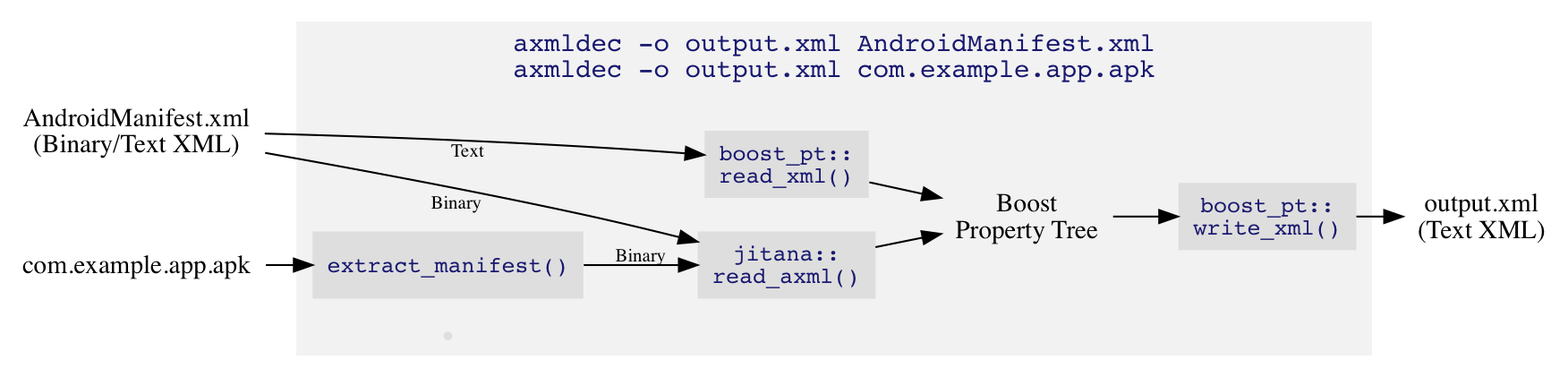
This is doc/overview.png from ytsutano/axmldec, a Graphviz export, as it was before one commit. Its source is kept beside it as doc/overview.dot. Its diagram source:
```dot
digraph {
    rankdir=LR;
    ranksep=0.1

    edge [fontsize=10];

    {
        xml [label="AndroidManifest.xml\n(Binary/Text XML)", shape=none];
        apk [label="com.example.app.apk", shape=none];
        rank=same;
    }
    decoded_xml [label="output.xml\n(Text XML)", shape=none];

    xml -> apk [style=invis];

    subgraph cluster_axmldec {
        {
            node [style=filled, color=gray87, shape=none, fontname=Courier, fontsize=12, fontcolor=midnightblue];
            extract_manifest [label="extract_manifest()", URL="https://github.com/ytsutano/axmldec/blob/master/main.cpp"];
            {
                read_xml [label="boost_pt::\nread_xml()", URL="http://www.boost.org/doc/libs/1_64_0/doc/html/boost/property_tree/xml_parser/read_xml_idp683796192.html"];
                read_axml [label="jitana::\nread_axml()", URL="https://github.com/ytsutano/axmldec/blob/master/include/jitana/util/axml_parser.hpp"];
                rank=same;
            }
            write_xml [label="boost_pt::\nwrite_xml()", URL="http://www.boost.org/doc/libs/1_64_0/doc/html/boost/property_tree/xml_parser/write_xml_idp683815200.html"];
            read_axml_xml [shape=point];
        }
        ptree [label="Boost\nProperty Tree", shape=none, URL="http://www.boost.org/doc/libs/1_64_0/doc/html/property_tree.html"];

        read_axml -> ptree;
        read_xml -> ptree;
        extract_manifest -> read_axml [label="Binary", weight=1000];
        ptree -> write_xml;

        style=filled;
        color=gray95;
        label="axmldec -o output.xml AndroidManifest.xml\naxmldec -o output.xml com.example.app.apk\n ";
        fontname=Courier;
        fontcolor=midnightblue
    }

    xml -> read_axml [xlabel="Binary"];
    xml -> read_xml [xlabel="Text"];
    apk -> extract_manifest;
    write_xml -> decoded_xml;
}
```
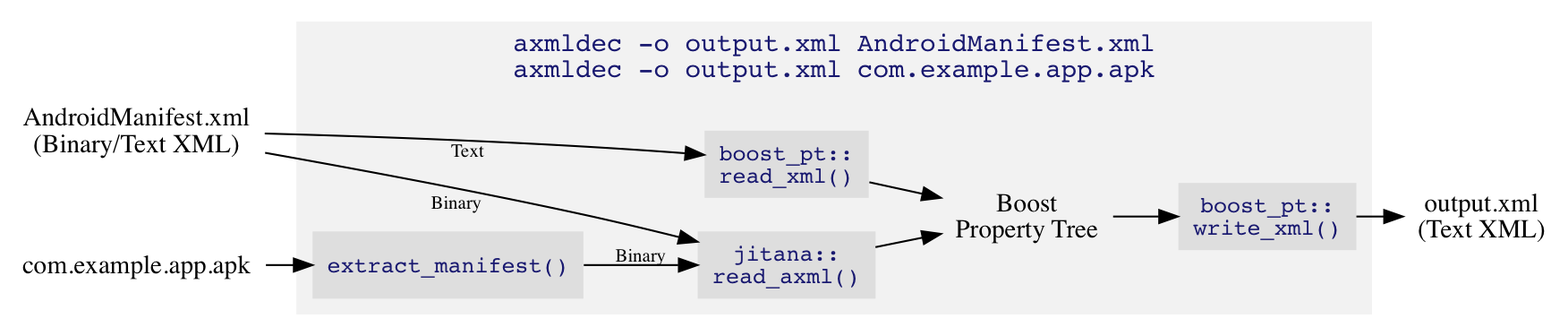
After the commit.

Commit message:
Remove unnecessary node from overview.dot

The edit, as a diff of the source:
```diff
@@ -23,7 +23,6 @@
                 rank=same;
             }
             write_xml [label="boost_pt::\nwrite_xml()", URL="http://www.boost.org/doc/libs/1_64_0/doc/html/boost/property_tree/xml_parser/write_xml_idp683815200.html"];
-            read_axml_xml [shape=point];
         }
         ptree [label="Boost\nProperty Tree", shape=none, URL="http://www.boost.org/doc/libs/1_64_0/doc/html/property_tree.html"];
 
```
